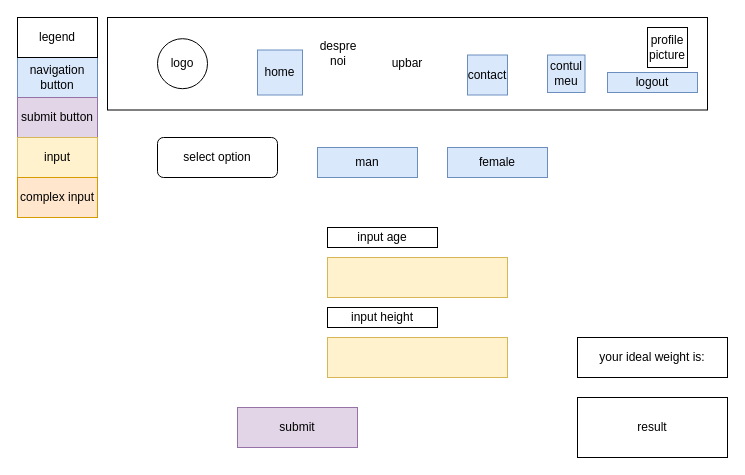
Above: page "ideal.weight.page" (5 of 8) of docs/design/design.drawio in Ioan-Alexandru96/wellness-app (draw.io), before the change. Source tidied: cells renumbered, new cells numbered last; positions are measured from the earlier drawing's top-left corner, leaving out a move shared by most shapes. Both pictures are drawn from the tidied source at 100%, with x=0, y=0 at pixel (17, 17).
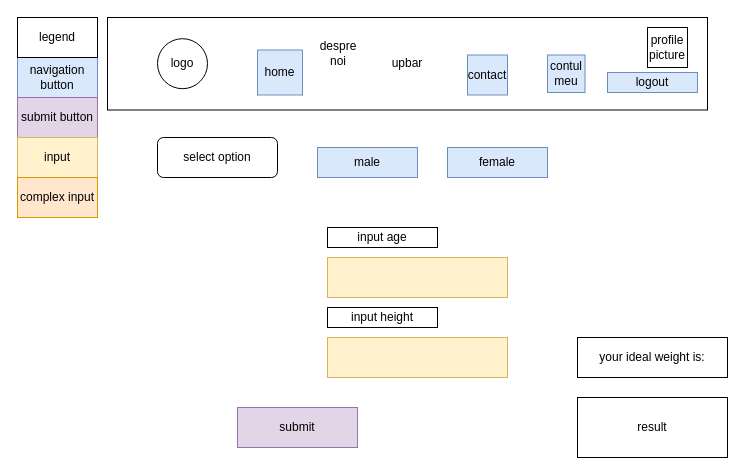
The same diagram, later.

What changed in the source:
```diff
@@
-    <mxCell id="10" value="man" style="rounded=0;whiteSpace=wrap;html=1;fillColor=#dae8fc;strokeColor=#6c8ebf;" parent="1" vertex="1">
+    <mxCell id="10" value="male" style="rounded=0;whiteSpace=wrap;html=1;fillColor=#dae8fc;strokeColor=#6c8ebf;" parent="1" vertex="1">
       <mxGeometry x="300" y="130" width="100" height="30" as="geometry" />
     </mxCell>
```
